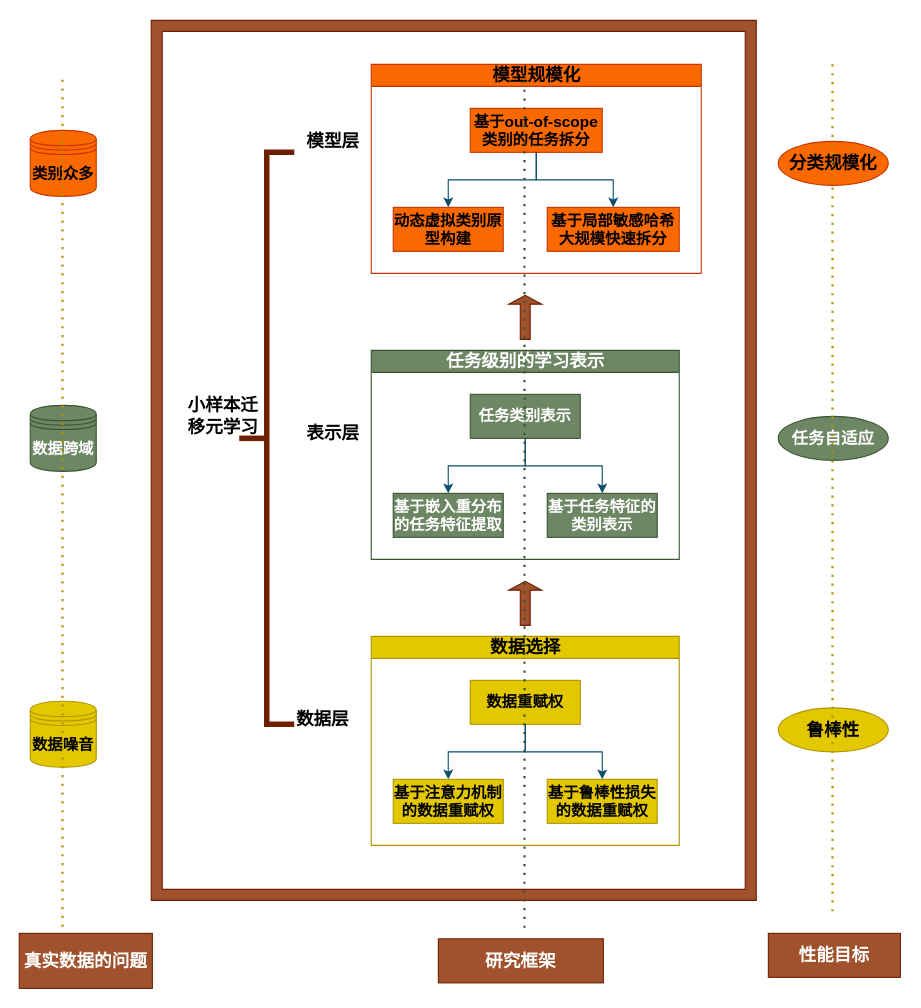
Earlier version of the draw.io diagram Realistic Few Shot Learning.drawio (ilovetomato/datasharing). Source tidied: cells renumbered, new cells numbered last; positions are measured from the earlier drawing's top-left corner, leaving out a move shared by most shapes. Both pictures are drawn from the tidied source at 110%, with x=0, y=0 at pixel (19, 20).
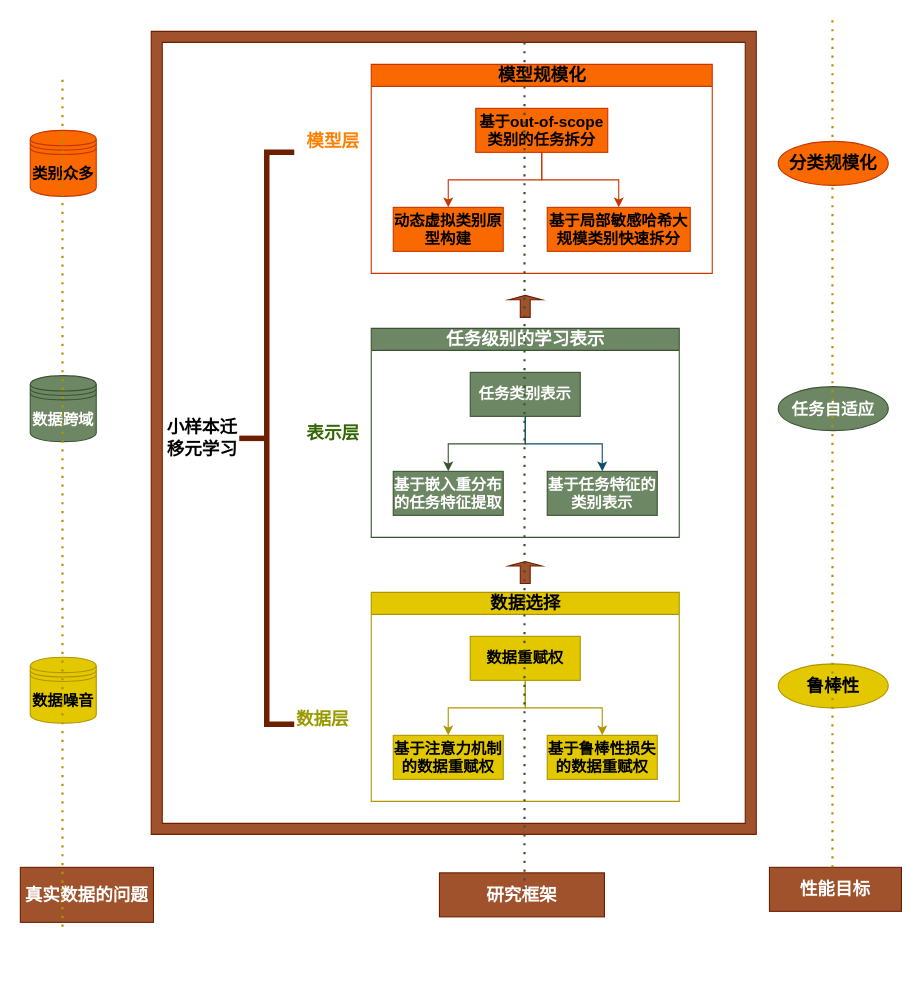
After the change.

Unchanged cells that the change refers to:
```xml
<mxCell id="11" value="&lt;font style=&quot;font-size: 14px&quot;&gt;&lt;b&gt;任务类别表示&lt;/b&gt;&lt;/font&gt;" style="whiteSpace=wrap;html=1;fillColor=#6d8764;strokeColor=#3A5431;fontColor=#ffffff;" parent="10" vertex="1">
  <mxGeometry x="90" y="40" width="100" height="40" as="geometry" />
</mxCell>
<mxCell id="12" value="&lt;font style=&quot;font-size: 14px&quot;&gt;&lt;b&gt;基于嵌入重分布的任务特征提取&lt;/b&gt;&lt;/font&gt;" style="whiteSpace=wrap;html=1;fillColor=#6d8764;strokeColor=#3A5431;fontColor=#ffffff;" parent="10" vertex="1">
  <mxGeometry x="20" y="130" width="100" height="40" as="geometry" />
</mxCell>
<mxCell id="18" value="&lt;font style=&quot;font-size: 14px&quot;&gt;&lt;b&gt;动态虚拟类别原型构建&lt;/b&gt;&lt;/font&gt;" style="whiteSpace=wrap;html=1;fillColor=#fa6800;strokeColor=#C73500;" parent="16" vertex="1">
  <mxGeometry x="20" y="130" width="100" height="40" as="geometry" />
</mxCell>
<mxCell id="23" value="&lt;font style=&quot;font-size: 14px&quot;&gt;&lt;b&gt;数据重赋权&lt;/b&gt;&lt;/font&gt;" style="whiteSpace=wrap;html=1;fillColor=#e3c800;strokeColor=#B09500;" parent="22" vertex="1">
  <mxGeometry x="90" y="40" width="100" height="40" as="geometry" />
</mxCell>
<mxCell id="24" value="&lt;font style=&quot;font-size: 14px&quot;&gt;&lt;b&gt;基于注意力机制的数据重赋权&lt;/b&gt;&lt;/font&gt;" style="whiteSpace=wrap;html=1;fillColor=#e3c800;strokeColor=#B09500;" parent="22" vertex="1">
  <mxGeometry x="20" y="130" width="100" height="40" as="geometry" />
</mxCell>
<mxCell id="26" value="&lt;font style=&quot;font-size: 14px&quot;&gt;&lt;b&gt;基于鲁棒性损失的数据重赋权&lt;/b&gt;&lt;/font&gt;" style="whiteSpace=wrap;html=1;fillColor=#e3c800;strokeColor=#B09500;" parent="22" vertex="1">
  <mxGeometry x="160" y="130" width="100" height="40" as="geometry" />
</mxCell>
```

What changed in the source:
```diff
@@
     <mxCell id="2" value="&lt;font style=&quot;font-size: 14px&quot;&gt;&lt;b&gt;数据噪音&lt;/b&gt;&lt;/font&gt;" style="shape=datastore;whiteSpace=wrap;html=1;fillColor=#e3c800;strokeColor=#B09500;" parent="1" vertex="1">
-      <mxGeometry x="10" y="619" width="60" height="60" as="geometry" />
+      <mxGeometry x="10" y="579" width="60" height="60" as="geometry" />
     </mxCell>
     <mxCell id="3" value="&lt;font style=&quot;font-size: 16px&quot;&gt;&lt;b&gt;性能目标&lt;/b&gt;&lt;/font&gt;" style="text;html=1;strokeColor=#6D1F00;fillColor=#a0522d;align=center;verticalAlign=middle;whiteSpace=wrap;rounded=0;fontColor=#ffffff;" parent="1" vertex="1">
-      <mxGeometry x="681" y="830" width="120" height="40" as="geometry" />
+      <mxGeometry x="682" y="770" width="120" height="40" as="geometry" />
     </mxCell>
     <mxCell id="4" value="&lt;font style=&quot;font-size: 14px&quot;&gt;&lt;b&gt;数据跨域&lt;/b&gt;&lt;/font&gt;" style="shape=datastore;whiteSpace=wrap;html=1;fillColor=#6d8764;strokeColor=#3A5431;fontColor=#ffffff;" parent="1" vertex="1">
-      <mxGeometry x="10" y="350" width="60" height="60" as="geometry" />
+      <mxGeometry x="10" y="323" width="60" height="60" as="geometry" />
     </mxCell>
@@
     <mxCell id="6" value="&lt;font style=&quot;font-size: 16px&quot;&gt;&lt;b&gt;研究框架&lt;/b&gt;&lt;/font&gt;" style="text;html=1;strokeColor=#6D1F00;fillColor=#a0522d;align=center;verticalAlign=middle;whiteSpace=wrap;rounded=0;fontColor=#ffffff;" parent="1" vertex="1">
-      <mxGeometry x="381" y="835" width="150" height="40" as="geometry" />
+      <mxGeometry x="382" y="775" width="150" height="40" as="geometry" />
     </mxCell>
     <mxCell id="7" value="&lt;font style=&quot;font-size: 16px&quot;&gt;&lt;b&gt;鲁棒性&lt;/b&gt;&lt;/font&gt;" style="ellipse;whiteSpace=wrap;html=1;align=center;newEdgeStyle={&quot;edgeStyle&quot;:&quot;entityRelationEdgeStyle&quot;,&quot;startArrow&quot;:&quot;none&quot;,&quot;endArrow&quot;:&quot;none&quot;,&quot;segment&quot;:10,&quot;curved&quot;:1};fillColor=#e3c800;strokeColor=#B09500;" parent="1" vertex="1">
-      <mxGeometry x="690" y="625" width="100" height="40" as="geometry" />
+      <mxGeometry x="690" y="585" width="100" height="40" as="geometry" />
     </mxCell>
     <mxCell id="8" value="&lt;font style=&quot;font-size: 15px&quot;&gt;&lt;b&gt;任务自适应&lt;/b&gt;&lt;/font&gt;" style="ellipse;whiteSpace=wrap;html=1;align=center;newEdgeStyle={&quot;edgeStyle&quot;:&quot;entityRelationEdgeStyle&quot;,&quot;startArrow&quot;:&quot;none&quot;,&quot;endArrow&quot;:&quot;none&quot;,&quot;segment&quot;:10,&quot;curved&quot;:1};fillColor=#6d8764;strokeColor=#3A5431;fontColor=#ffffff;" parent="1" vertex="1">
-      <mxGeometry x="690" y="360" width="100" height="40" as="geometry" />
+      <mxGeometry x="690" y="333" width="100" height="40" as="geometry" />
     </mxCell>
@@
     <mxCell id="10" value="&lt;font style=&quot;font-size: 16px&quot;&gt;任务级别的学习表示&lt;/font&gt;" style="swimlane;html=1;startSize=20;horizontal=1;horizontalTree=0;containerType=tree;fillColor=#6d8764;strokeColor=#3A5431;fontColor=#ffffff;" parent="1" vertex="1">
-      <mxGeometry x="320" y="300" width="280" height="190" as="geometry" />
+      <mxGeometry x="320" y="280" width="280" height="190" as="geometry" />
     </mxCell>
@@
-    <mxCell id="13" style="edgeStyle=elbowEdgeStyle;elbow=vertical;html=1;rounded=0;strokeColor=#0B4D6A;" parent="10" edge="1" source="11" target="12">
+    <mxCell id="13" style="edgeStyle=elbowEdgeStyle;elbow=vertical;html=1;rounded=0;strokeColor=#3A5431;fillColor=#6d8764;" parent="10" edge="1" source="11" target="12">
       <mxGeometry relative="1" as="geometry" />
     </mxCell>
@@
     <mxCell id="16" value="&lt;font style=&quot;font-size: 16px&quot;&gt;模型规模化&lt;/font&gt;" style="swimlane;html=1;startSize=20;horizontal=1;horizontalTree=0;containerType=tree;fillColor=#fa6800;strokeColor=#C73500;" parent="1" vertex="1">
-      <mxGeometry x="320" y="40" width="300" height="190" as="geometry" />
+      <mxGeometry x="320" y="40" width="310" height="190" as="geometry" />
     </mxCell>
     <mxCell id="17" value="&lt;font style=&quot;font-size: 14px&quot;&gt;&lt;b&gt;基于out-of-scope类别的任务拆分&lt;/b&gt;&lt;/font&gt;" style="whiteSpace=wrap;html=1;fillColor=#fa6800;strokeColor=#C73500;" parent="16" vertex="1">
-      <mxGeometry x="90" y="40" width="120" height="40" as="geometry" />
+      <mxGeometry x="95" y="40" width="120" height="40" as="geometry" />
     </mxCell>
@@
-    <mxCell id="19" style="edgeStyle=elbowEdgeStyle;elbow=vertical;html=1;rounded=0;strokeColor=#0B4D6A;" parent="16" edge="1" source="17" target="18">
+    <mxCell id="19" style="edgeStyle=elbowEdgeStyle;elbow=vertical;html=1;rounded=0;strokeColor=#C73500;fillColor=#fa6800;" parent="16" edge="1" source="17" target="18">
       <mxGeometry relative="1" as="geometry" />
     </mxCell>
-    <mxCell id="20" value="&lt;font style=&quot;font-size: 14px&quot;&gt;&lt;b&gt;基于局部敏感哈希大规模快速拆分&lt;/b&gt;&lt;/font&gt;" style="whiteSpace=wrap;html=1;fillColor=#fa6800;strokeColor=#C73500;" parent="16" vertex="1">
-      <mxGeometry x="160" y="130" width="120" height="40" as="geometry" />
+    <mxCell id="20" value="&lt;font style=&quot;font-size: 14px&quot;&gt;&lt;b&gt;基于局部敏感哈希大规模类别快速拆分&lt;/b&gt;&lt;/font&gt;" style="whiteSpace=wrap;html=1;fillColor=#fa6800;strokeColor=#C73500;" parent="16" vertex="1">
+      <mxGeometry x="160" y="130" width="130" height="40" as="geometry" />
     </mxCell>
-    <mxCell id="21" style="edgeStyle=elbowEdgeStyle;elbow=vertical;html=1;rounded=0;strokeColor=#0B4D6A;" parent="16" edge="1" source="17" target="20">
+    <mxCell id="21" style="edgeStyle=elbowEdgeStyle;elbow=vertical;html=1;rounded=0;strokeColor=#C73500;fillColor=#fa6800;" parent="16" edge="1" source="17" target="20">
       <mxGeometry relative="1" as="geometry" />
     </mxCell>
     <mxCell id="22" value="&lt;font style=&quot;font-size: 16px&quot;&gt;数据选择&lt;/font&gt;" style="swimlane;html=1;startSize=20;horizontal=1;horizontalTree=0;containerType=tree;fillColor=#e3c800;strokeColor=#B09500;" parent="1" vertex="1">
-      <mxGeometry x="320" y="560" width="280" height="190" as="geometry" />
+      <mxGeometry x="320" y="520" width="280" height="190" as="geometry" />
     </mxCell>
@@
-    <mxCell id="25" style="edgeStyle=elbowEdgeStyle;elbow=vertical;html=1;rounded=0;strokeColor=#0B4D6A;" parent="22" edge="1" source="23" target="24">
+    <mxCell id="25" style="edgeStyle=elbowEdgeStyle;elbow=vertical;html=1;rounded=0;strokeColor=#B09500;fillColor=#e3c800;" parent="22" edge="1" source="23" target="24">
       <mxGeometry relative="1" as="geometry" />
     </mxCell>
@@
-    <mxCell id="27" style="edgeStyle=elbowEdgeStyle;elbow=vertical;html=1;rounded=0;strokeColor=#0B4D6A;" parent="22" edge="1" source="23" target="26">
+    <mxCell id="27" style="edgeStyle=elbowEdgeStyle;elbow=vertical;html=1;rounded=0;strokeColor=#B09500;fillColor=#e3c800;" parent="22" edge="1" source="23" target="26">
       <mxGeometry relative="1" as="geometry" />
     </mxCell>
     <mxCell id="28" value="&lt;font style=&quot;font-size: 16px&quot;&gt;&lt;b&gt;真实数据的问题&lt;/b&gt;&lt;/font&gt;" style="text;html=1;strokeColor=#6D1F00;fillColor=#a0522d;align=center;verticalAlign=middle;whiteSpace=wrap;rounded=0;fontColor=#ffffff;" parent="1" vertex="1">
-      <mxGeometry y="830" width="121" height="50" as="geometry" />
+      <mxGeometry x="1" y="770" width="121" height="50" as="geometry" />
     </mxCell>
     <mxCell id="29" style="shape=singleArrow;direction=north;whiteSpace=wrap;html=1;fillColor=#a0522d;strokeColor=#6D1F00;fontColor=#ffffff;" parent="1" vertex="1">
-      <mxGeometry x="445" y="510" width="30" height="40" as="geometry" />
+      <mxGeometry x="445" y="492" width="30" height="20" as="geometry" />
     </mxCell>
     <mxCell id="30" style="shape=singleArrow;direction=north;whiteSpace=wrap;html=1;fillColor=#a0522d;strokeColor=#6D1F00;fontColor=#ffffff;" parent="1" vertex="1">
-      <mxGeometry x="445" y="250" width="30" height="40" as="geometry" />
+      <mxGeometry x="445" y="250" width="30" height="20" as="geometry" />
     </mxCell>
     <mxCell id="31" style="verticalLabelPosition=bottom;verticalAlign=top;html=1;shape=mxgraph.basic.frame;dx=10;fillColor=#a0522d;strokeColor=#6D1F00;fontColor=#ffffff;" parent="1" vertex="1">
-      <mxGeometry x="120" width="550" height="800" as="geometry" />
+      <mxGeometry x="120" y="10" width="550" height="730" as="geometry" />
     </mxCell>
@@
-    <mxCell id="33" value="&lt;font style=&quot;font-size: 16px&quot;&gt;模型层&lt;/font&gt;" style="text;html=1;strokeColor=none;fillColor=none;align=center;verticalAlign=middle;whiteSpace=wrap;rounded=0;fontStyle=1;" parent="1" vertex="1">
+    <mxCell id="33" value="&lt;font style=&quot;font-size: 16px&quot; color=&quot;#ff8000&quot;&gt;模型层&lt;/font&gt;" style="text;html=1;strokeColor=none;fillColor=none;align=center;verticalAlign=middle;whiteSpace=wrap;rounded=0;fontStyle=1;" parent="1" vertex="1">
       <mxGeometry x="260" y="100" width="51" height="20" as="geometry" />
     </mxCell>
-    <mxCell id="34" value="表示层" style="text;html=1;strokeColor=none;fillColor=none;align=center;verticalAlign=middle;whiteSpace=wrap;rounded=0;fontSize=16;fontStyle=1;" parent="1" vertex="1">
+    <mxCell id="34" value="&lt;font color=&quot;#336600&quot;&gt;表示层&lt;/font&gt;" style="text;html=1;strokeColor=none;fillColor=none;align=center;verticalAlign=middle;whiteSpace=wrap;rounded=0;fontSize=16;fontStyle=1;" parent="1" vertex="1">
       <mxGeometry x="260" y="365" width="51" height="20" as="geometry" />
     </mxCell>
-    <mxCell id="35" value="数据层" style="text;html=1;strokeColor=none;fillColor=none;align=center;verticalAlign=middle;whiteSpace=wrap;rounded=0;fontSize=16;fontStyle=1;" parent="1" vertex="1">
+    <mxCell id="35" value="&lt;font color=&quot;#999900&quot;&gt;数据层&lt;/font&gt;" style="text;html=1;strokeColor=none;fillColor=none;align=center;verticalAlign=middle;whiteSpace=wrap;rounded=0;fontSize=16;fontStyle=1;" parent="1" vertex="1">
       <mxGeometry x="251" y="625" width="50" height="20" as="geometry" />
     </mxCell>
     <mxCell id="36" value="&lt;font style=&quot;font-size: 16px;&quot;&gt;小样本迁移元学习&lt;/font&gt;" style="text;html=1;strokeColor=none;fillColor=none;align=center;verticalAlign=middle;whiteSpace=wrap;rounded=0;fontSize=16;fontStyle=1;" parent="1" vertex="1">
-      <mxGeometry x="150" y="350" width="71" height="20" as="geometry" />
+      <mxGeometry x="131" y="370" width="71" height="20" as="geometry" />
     </mxCell>
     <mxCell id="37" style="endArrow=none;dashed=1;html=1;dashPattern=1 3;strokeWidth=2;strokeColor=#3A5431;fillColor=#6d8764;" parent="1" edge="1">
       <mxGeometry relative="1" as="geometry">
-        <mxPoint x="459.3" y="825" as="sourcePoint" />
-        <mxPoint x="459.3" y="55" as="targetPoint" />
+        <mxPoint x="459.3" y="790" as="sourcePoint" />
+        <mxPoint x="459.3" y="20" as="targetPoint" />
       </mxGeometry>
     </mxCell>
     <mxCell id="38" style="endArrow=none;dashed=1;html=1;dashPattern=1 3;strokeWidth=2;strokeColor=#B09500;fillColor=#e3c800;" parent="1" edge="1">
       <mxGeometry relative="1" as="geometry">
-        <mxPoint x="739.3" y="810" as="sourcePoint" />
-        <mxPoint x="739.3" y="40" as="targetPoint" />
+        <mxPoint x="739.3" y="770" as="sourcePoint" />
+        <mxPoint x="739.3" as="targetPoint" />
       </mxGeometry>
     </mxCell>
```
